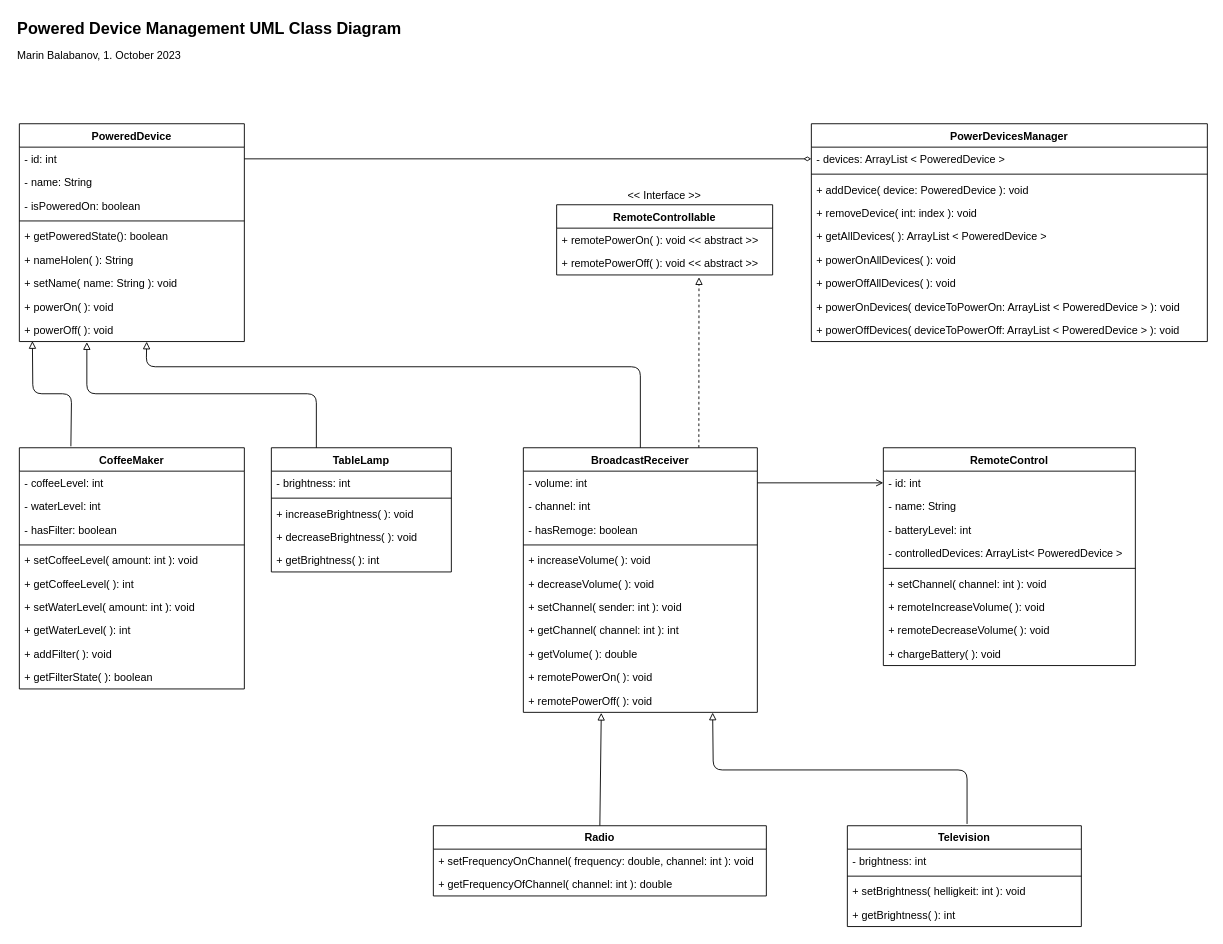
Earlier version of the draw.io diagram DevicesUML.drawio (mbalabanov/Devices). Source tidied: cells renumbered, new cells numbered last; positions are measured from the earlier drawing's top-left corner, leaving out a move shared by most shapes. Both pictures are drawn from the tidied source at 90%, with x=0, y=0 at pixel (15, 15).
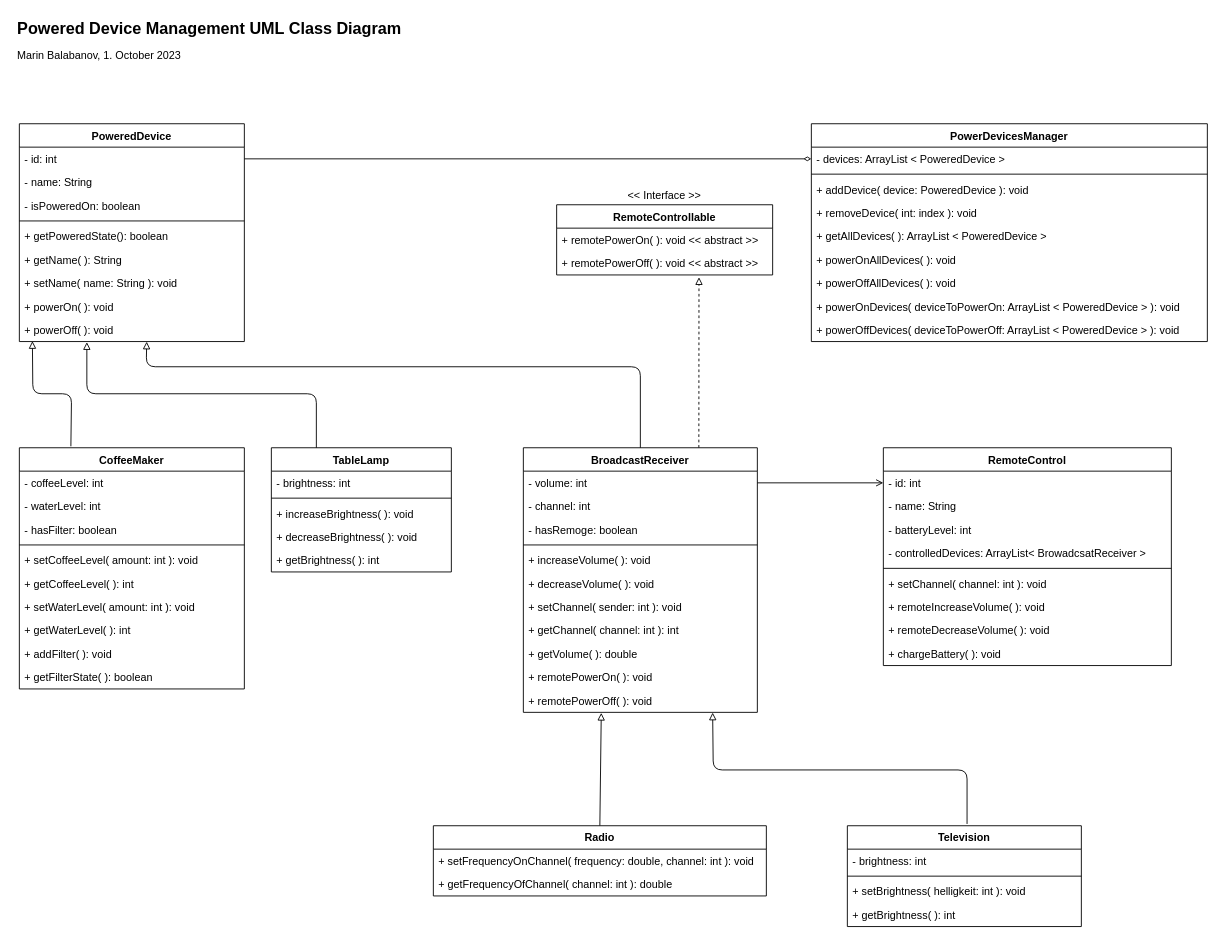
The same page after the edit.

The change refers to these unchanged cells:
```xml
<mxCell id="2" value="PoweredDevice" style="swimlane;fontStyle=1;align=center;verticalAlign=top;horizontal=1;startSize=26;" parent="1" vertex="1">
  <mxGeometry x="4" y="120" width="250" height="242" as="geometry" />
</mxCell>
```

Change to the diagram source:
```diff
@@
-    <mxCell id="8" value="+ nameHolen( ): String" style="text;strokeColor=none;fillColor=none;align=left;verticalAlign=top;spacingLeft=4;spacingRight=4;overflow=hidden;" parent="2" vertex="1">
+    <mxCell id="8" value="+ getName( ): String" style="text;strokeColor=none;fillColor=none;align=left;verticalAlign=top;spacingLeft=4;spacingRight=4;overflow=hidden;" parent="2" vertex="1">
       <mxGeometry y="138" width="250" height="26" as="geometry" />
     </mxCell>
@@
     <mxCell id="12" value="RemoteControl" style="swimlane;fontStyle=1;align=center;verticalAlign=top;horizontal=1;startSize=26;" parent="1" vertex="1">
-      <mxGeometry x="964" y="480" width="280" height="242" as="geometry" />
+      <mxGeometry x="964" y="480" width="320" height="242" as="geometry" />
     </mxCell>
     <mxCell id="13" value="- id: int" style="text;strokeColor=none;fillColor=none;align=left;verticalAlign=top;spacingLeft=4;spacingRight=4;overflow=hidden;points=[[0,0.5],[1,0.5]];portConstraint=eastwest;" parent="12" vertex="1">
-      <mxGeometry y="26" width="280" height="26" as="geometry" />
+      <mxGeometry y="26" width="320" height="26" as="geometry" />
     </mxCell>
     <mxCell id="14" value="- name: String" style="text;strokeColor=none;fillColor=none;align=left;verticalAlign=top;spacingLeft=4;spacingRight=4;overflow=hidden;" parent="12" vertex="1">
-      <mxGeometry y="52" width="280" height="26" as="geometry" />
+      <mxGeometry y="52" width="320" height="26" as="geometry" />
     </mxCell>
     <mxCell id="15" value="- batteryLevel: int" style="text;strokeColor=none;fillColor=none;align=left;verticalAlign=top;spacingLeft=4;spacingRight=4;overflow=hidden;" parent="12" vertex="1">
-      <mxGeometry y="78" width="280" height="26" as="geometry" />
+      <mxGeometry y="78" width="320" height="26" as="geometry" />
     </mxCell>
-    <mxCell id="16" value="- controlledDevices: ArrayList&lt; PoweredDevice &gt;" style="text;strokeColor=none;fillColor=none;align=left;verticalAlign=top;spacingLeft=4;spacingRight=4;overflow=hidden;" parent="12" vertex="1">
-      <mxGeometry y="104" width="280" height="26" as="geometry" />
+    <mxCell id="16" value="- controlledDevices: ArrayList&lt; BrowadcsatReceiver &gt;" style="text;strokeColor=none;fillColor=none;align=left;verticalAlign=top;spacingLeft=4;spacingRight=4;overflow=hidden;" parent="12" vertex="1">
+      <mxGeometry y="104" width="320" height="26" as="geometry" />
     </mxCell>
     <mxCell id="17" style="line;strokeWidth=1;fillColor=none;align=left;verticalAlign=middle;spacingTop=-1;spacingLeft=3;spacingRight=3;labelPosition=right;strokeColor=inherit;" parent="12" vertex="1">
-      <mxGeometry y="130" width="280" height="8" as="geometry" />
+      <mxGeometry y="130" width="320" height="8" as="geometry" />
     </mxCell>
     <mxCell id="18" value="+ setChannel( channel: int ): void" style="text;strokeColor=none;fillColor=none;align=left;verticalAlign=top;spacingLeft=4;spacingRight=4;overflow=hidden;" parent="12" vertex="1">
-      <mxGeometry y="138" width="280" height="26" as="geometry" />
+      <mxGeometry y="138" width="320" height="26" as="geometry" />
     </mxCell>
     <mxCell id="19" value="+ remoteIncreaseVolume( ): void" style="text;strokeColor=none;fillColor=none;align=left;verticalAlign=top;spacingLeft=4;spacingRight=4;overflow=hidden;" parent="12" vertex="1">
-      <mxGeometry y="164" width="280" height="26" as="geometry" />
+      <mxGeometry y="164" width="320" height="26" as="geometry" />
     </mxCell>
     <mxCell id="20" value="+ remoteDecreaseVolume( ): void" style="text;strokeColor=none;fillColor=none;align=left;verticalAlign=top;spacingLeft=4;spacingRight=4;overflow=hidden;" parent="12" vertex="1">
-      <mxGeometry y="190" width="280" height="26" as="geometry" />
+      <mxGeometry y="190" width="320" height="26" as="geometry" />
     </mxCell>
     <mxCell id="21" value="+ chargeBattery( ): void" style="text;strokeColor=none;fillColor=none;align=left;verticalAlign=top;spacingLeft=4;spacingRight=4;overflow=hidden;" parent="12" vertex="1">
-      <mxGeometry y="216" width="280" height="26" as="geometry" />
+      <mxGeometry y="216" width="320" height="26" as="geometry" />
     </mxCell>
```
